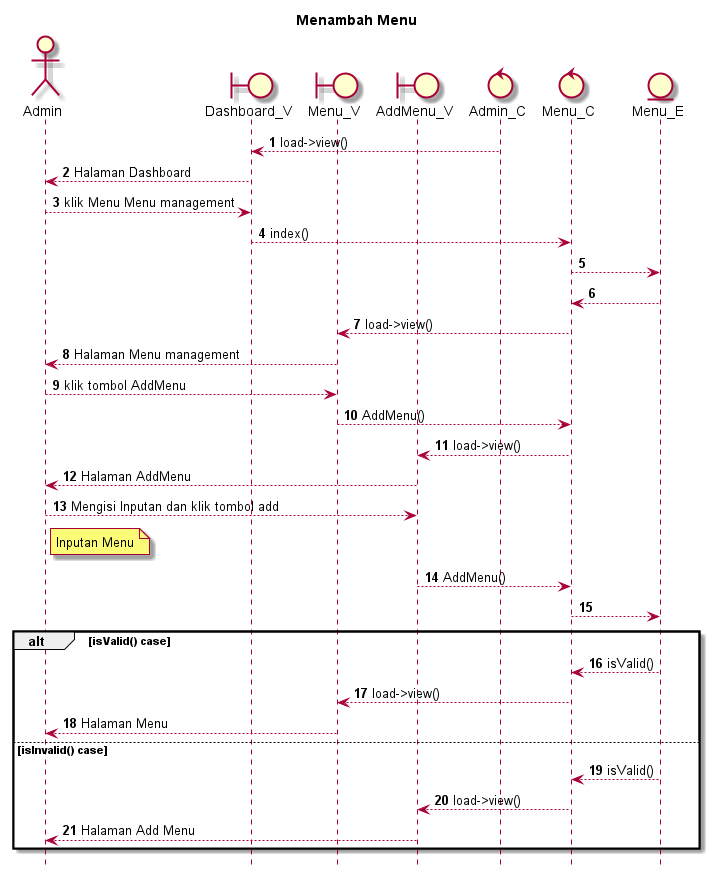
Before: SELAIN SISTEM/UML/SEQUENCE/out/admin/AA-SUDAH/addmenu/Menambah Menu.png, a diagram exported from PlantUML (kurniado729/sistem_kp).
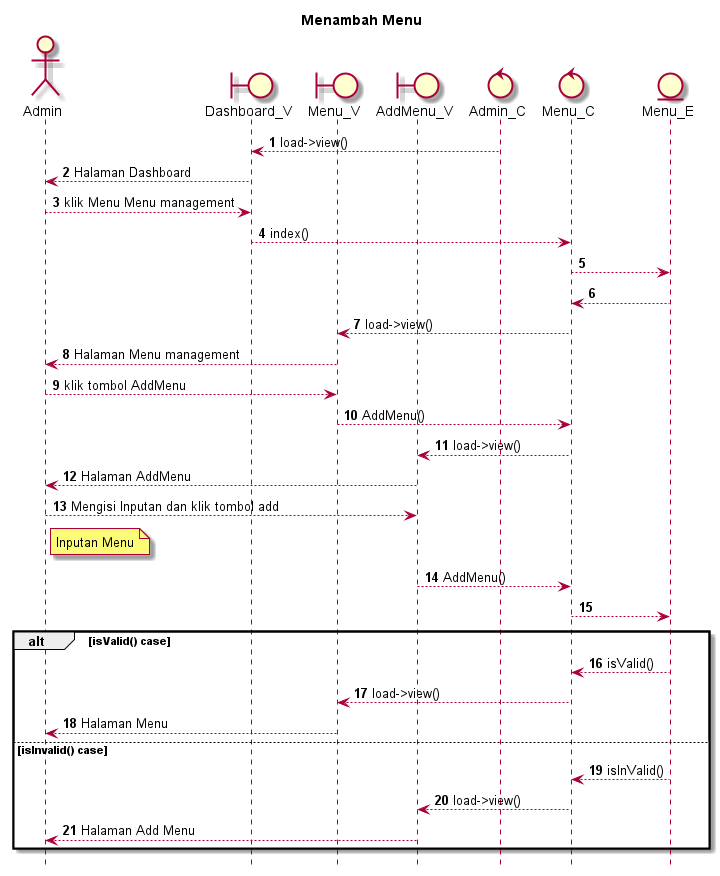
After the change.

The edit, as a diff of the source:
```diff
@@ -42,7 +42,7 @@
 
 else isInvalid() case
 
-    Menu_E --> Menu_C: isValid()
+    Menu_E --> Menu_C: isInValid()
     Menu_C --> AddMenu_V: load->view()
     AddMenu_V --> Admin: Halaman Add Menu
 
```
